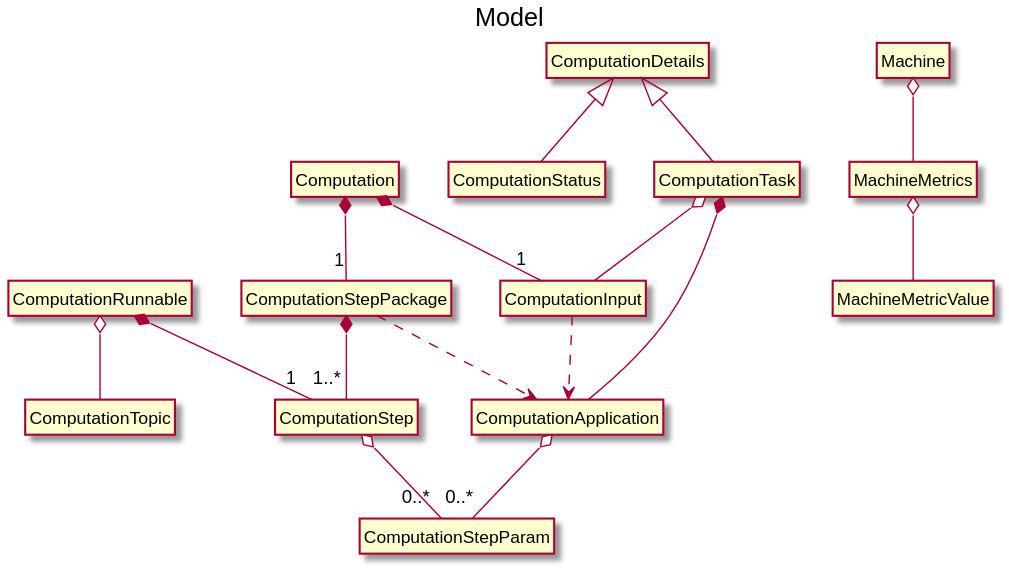
This is model/entities.svg from Plan-B-PO/docs, a PlantUML export, as it was before one commit.
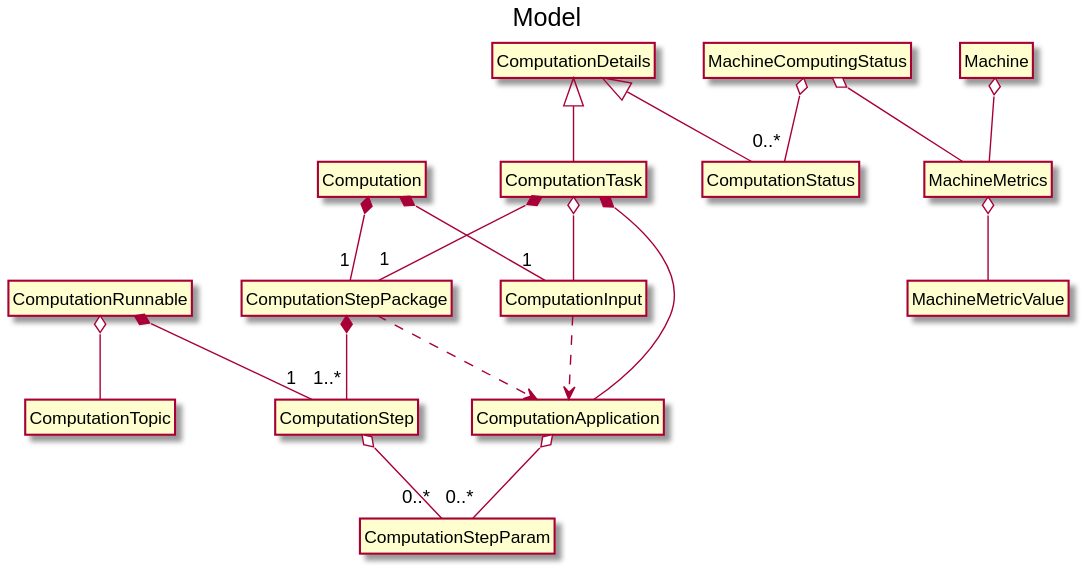
Above is the later version.

Commit message:
Sync architecture and model

Change to the diagram source:
```diff
@@ -4,6 +4,9 @@
     hide class circle
     hide class fields
     hide class methods
+    hide enum circle
+    hide enum fields
+    hide enum methods
 
     class ComputationTask
     class ComputationApplication
@@ -14,8 +17,9 @@
     class ComputationRunnable
     class ComputationTopic
     class Computation
-    class ComputationStatus
+    enum ComputationStatus
     class ComputationDetails
+    class MachineComputingStatus
     class Machine
     class MachineMetrics
     class MachineMetricValue
@@ -28,6 +32,7 @@
     ComputationInput ..> ComputationApplication
     ComputationStepPackage *-- "1..*" ComputationStep
     ComputationStepPackage ..> ComputationApplication
+    ComputationStepPackage "1" -do-* ComputationTask
     ComputationStep o-- "0..*" ComputationStepParam
     ComputationRunnable *-- "1" ComputationStep
     ComputationRunnable o-- ComputationTopic
@@ -35,4 +40,6 @@
     Computation *-- "1" ComputationInput
     Machine o-- MachineMetrics
     MachineMetrics o-- MachineMetricValue
+    MachineComputingStatus o-- MachineMetrics
+    MachineComputingStatus o-- "0..*" ComputationStatus
 @enduml
```
